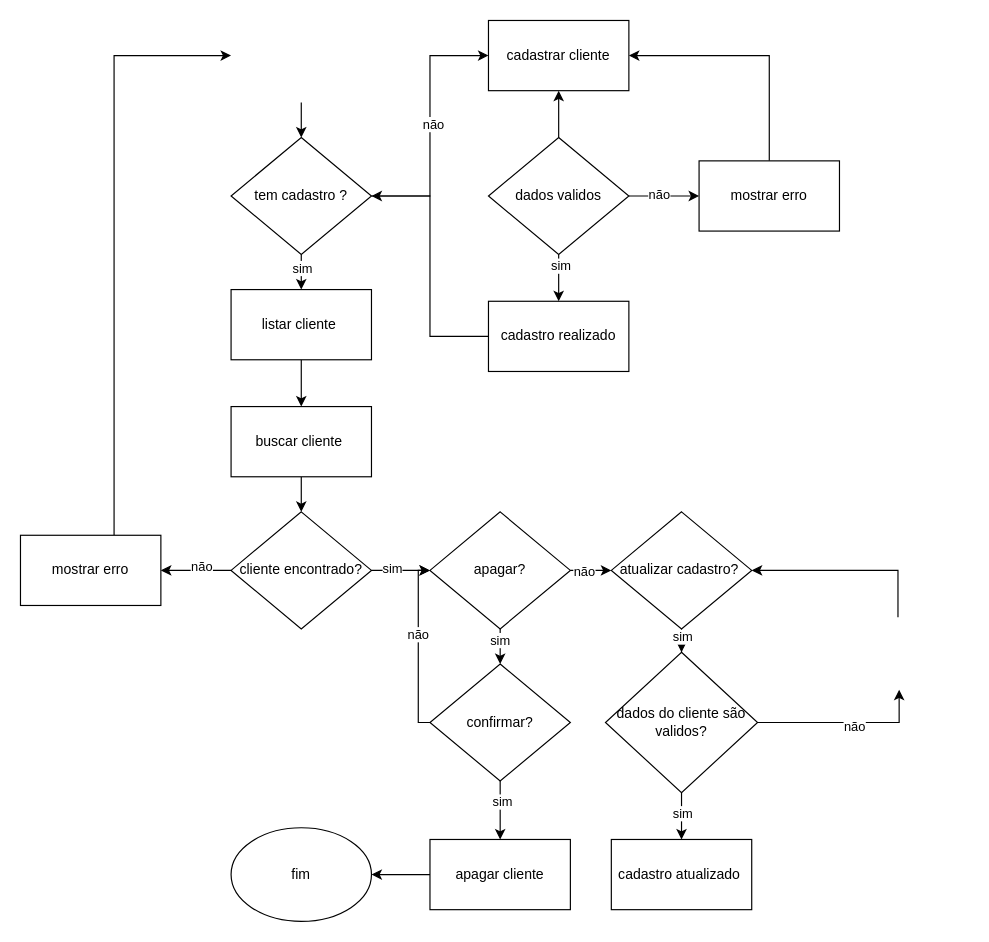
luisplathdm/fluxo keeps this draw.io diagram as page "Página-3" (3 of 5) of fluxosgramas.drawio. Above is the earlier version. Source tidied: cells renumbered, new cells numbered last; positions are measured from the earlier drawing's top-left corner, leaving out a move shared by most shapes. Both pictures are drawn from the tidied source at 117%, with x=0, y=0 at pixel (20, 20).
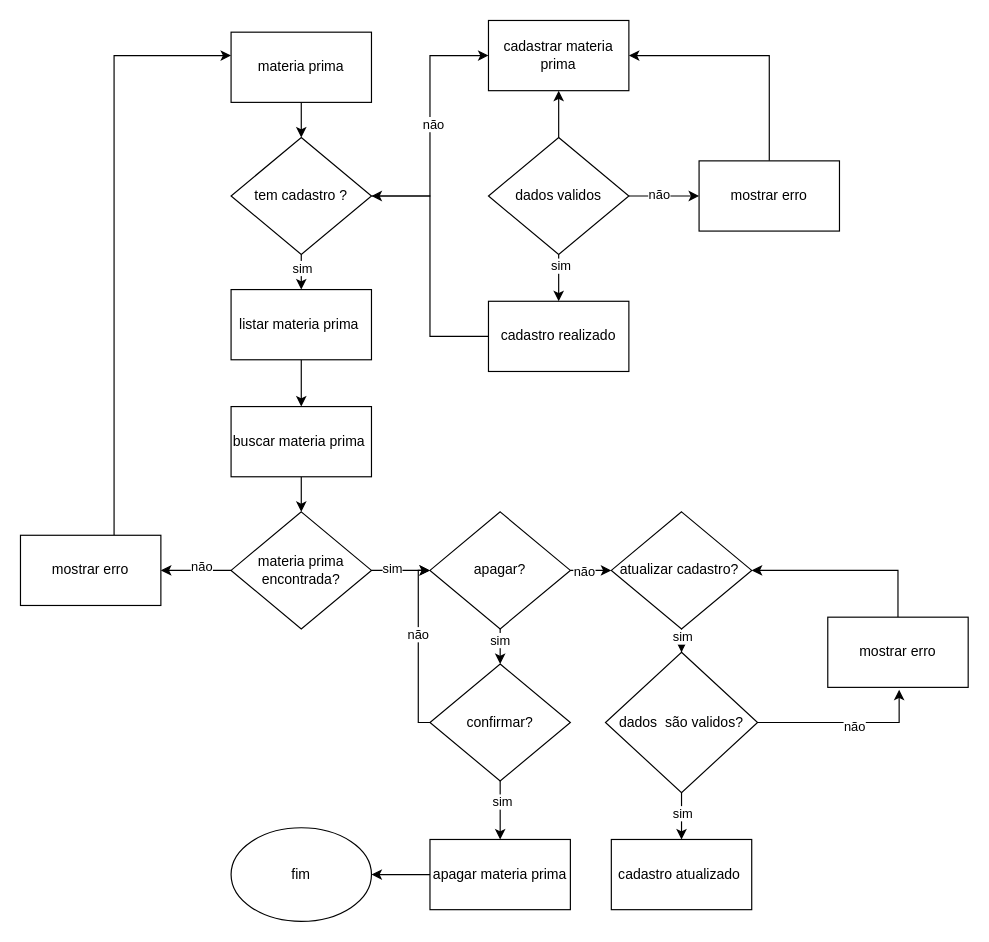
Above is the later version.

Diff of the diagram source:
```diff
@@
-    <mxCell id="12" value="buscar cliente&amp;nbsp;" style="rounded=0;whiteSpace=wrap;html=1;" parent="1" vertex="1">
+    <mxCell id="12" value="buscar materia prima&amp;nbsp;" style="rounded=0;whiteSpace=wrap;html=1;" parent="1" vertex="1">
       <mxGeometry x="180" y="330" width="120" height="60" as="geometry" />
     </mxCell>
@@
-    <mxCell id="14" value="listar cliente&amp;nbsp;" style="rounded=0;whiteSpace=wrap;html=1;" parent="1" vertex="1">
+    <mxCell id="14" value="listar materia prima&amp;nbsp;" style="rounded=0;whiteSpace=wrap;html=1;" parent="1" vertex="1">
       <mxGeometry x="180" y="230" width="120" height="60" as="geometry" />
     </mxCell>
@@
-    <mxCell id="18" value="dados do cliente são validos?" style="rhombus;whiteSpace=wrap;html=1;" parent="1" vertex="1">
+    <mxCell id="18" value="dados&amp;nbsp; são validos?" style="rhombus;whiteSpace=wrap;html=1;" parent="1" vertex="1">
       <mxGeometry x="500" y="540" width="130" height="120" as="geometry" />
     </mxCell>
@@
-    <mxCell id="23" value="cliente encontrado?" style="rhombus;whiteSpace=wrap;html=1;" parent="1" vertex="1">
+    <mxCell id="23" value="materia prima encontrada?" style="rhombus;whiteSpace=wrap;html=1;" parent="1" vertex="1">
       <mxGeometry x="180" y="420" width="120" height="100" as="geometry" />
     </mxCell>
@@
-    <mxCell id="35" value="apagar cliente" style="rounded=0;whiteSpace=wrap;html=1;" parent="1" vertex="1">
+    <mxCell id="35" value="apagar materia prima" style="rounded=0;whiteSpace=wrap;html=1;" parent="1" vertex="1">
       <mxGeometry x="350" y="700" width="120" height="60" as="geometry" />
     </mxCell>
@@
-    <mxCell id="40" value="cadastrar cliente" style="rounded=0;whiteSpace=wrap;html=1;" parent="1" vertex="1">
+    <mxCell id="40" value="cadastrar materia prima" style="rounded=0;whiteSpace=wrap;html=1;" parent="1" vertex="1">
       <mxGeometry x="400" width="120" height="60" as="geometry" />
     </mxCell>
@@
+    <mxCell id="53" value="materia prima" style="rounded=0;whiteSpace=wrap;html=1;" parent="1" vertex="1">
+      <mxGeometry x="180" y="10" width="120" height="60" as="geometry" />
+    </mxCell>
+    <mxCell id="54" value="mostrar erro" style="rounded=0;whiteSpace=wrap;html=1;" parent="1" vertex="1">
+      <mxGeometry x="690" y="510" width="120" height="60" as="geometry" />
+    </mxCell>
```
